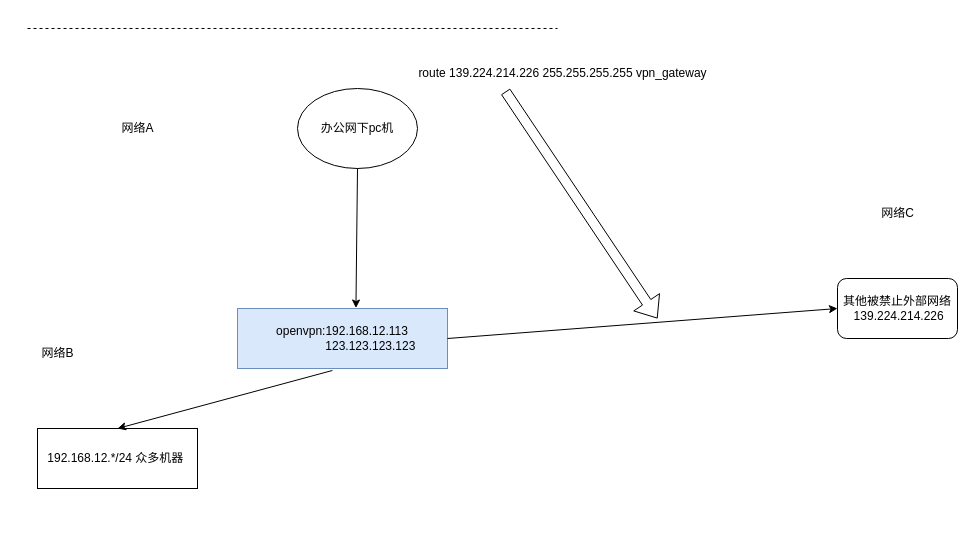
The draw.io diagram vpn网络图.drawio in HonyLiu/drawio-content, before the edit. Source tidied: cells renumbered, new cells numbered last; positions are measured from the earlier drawing's top-left corner, leaving out a move shared by most shapes. Both pictures are drawn from the tidied source at 100%, with x=0, y=0 at pixel (27, 28).
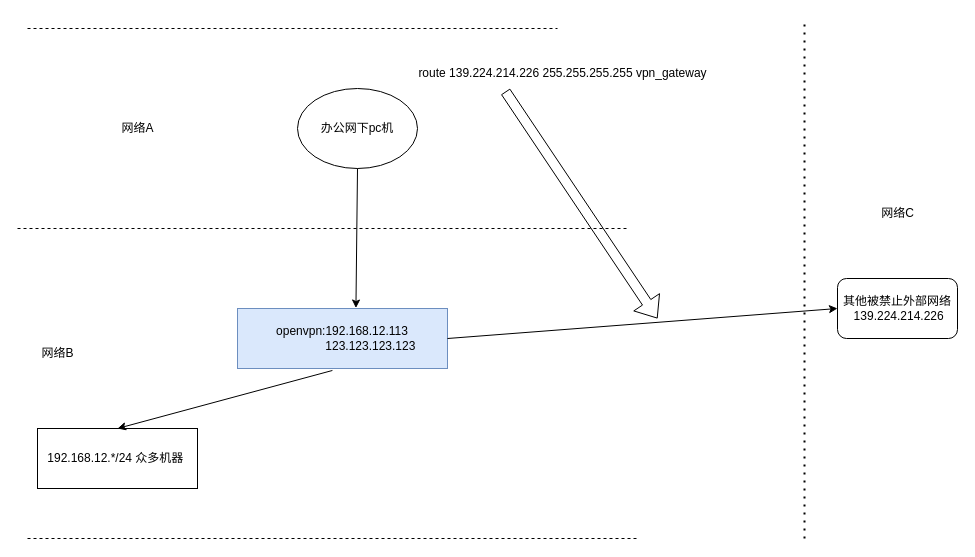
The same page after the edit.

Change to the diagram source:
```diff
@@
+    <mxCell id="15" style="endArrow=none;dashed=1;html=1;rounded=0;" parent="1" edge="1">
+      <mxGeometry relative="1" as="geometry">
+        <mxPoint x="-10" y="200" as="sourcePoint" />
+        <mxPoint x="600" y="200" as="targetPoint" />
+      </mxGeometry>
+    </mxCell>
+    <mxCell id="16" style="endArrow=none;dashed=1;html=1;rounded=0;" parent="1" edge="1">
+      <mxGeometry relative="1" as="geometry">
+        <mxPoint y="510" as="sourcePoint" />
+        <mxPoint x="610" y="510" as="targetPoint" />
+      </mxGeometry>
+    </mxCell>
+    <mxCell id="17" style="endArrow=none;dashed=1;html=1;dashPattern=1 3;strokeWidth=2;rounded=0;" parent="1" edge="1">
+      <mxGeometry relative="1" as="geometry">
+        <mxPoint x="777" y="510" as="sourcePoint" />
+        <mxPoint x="777" y="-10" as="targetPoint" />
+      </mxGeometry>
+    </mxCell>
```
